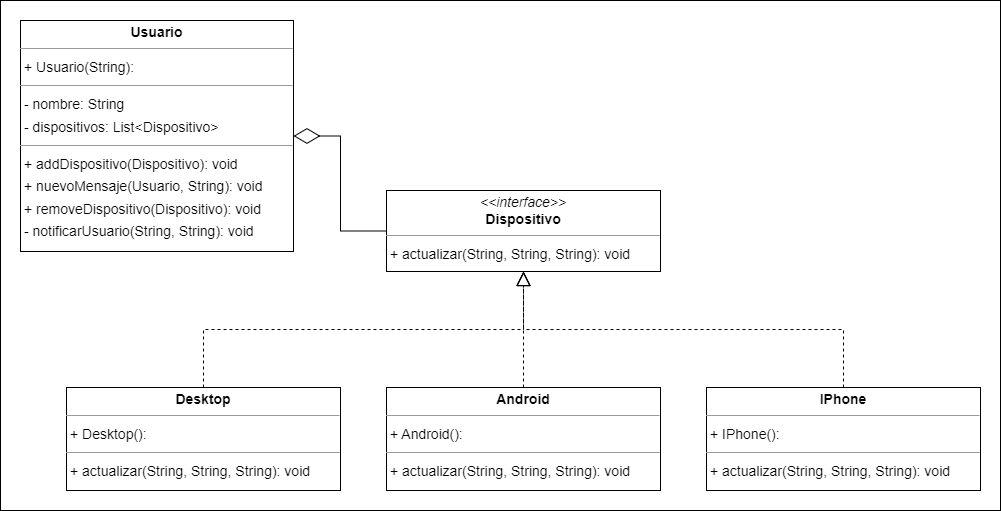
Earlier version of the draw.io export src/solucion2/solucion2.drawio.png (pipe1408/ArquiSoftware-Patrones). Source tidied: cells renumbered, new cells last; positions are measured from the earlier drawing's top-left corner, leaving out a move shared by most shapes.
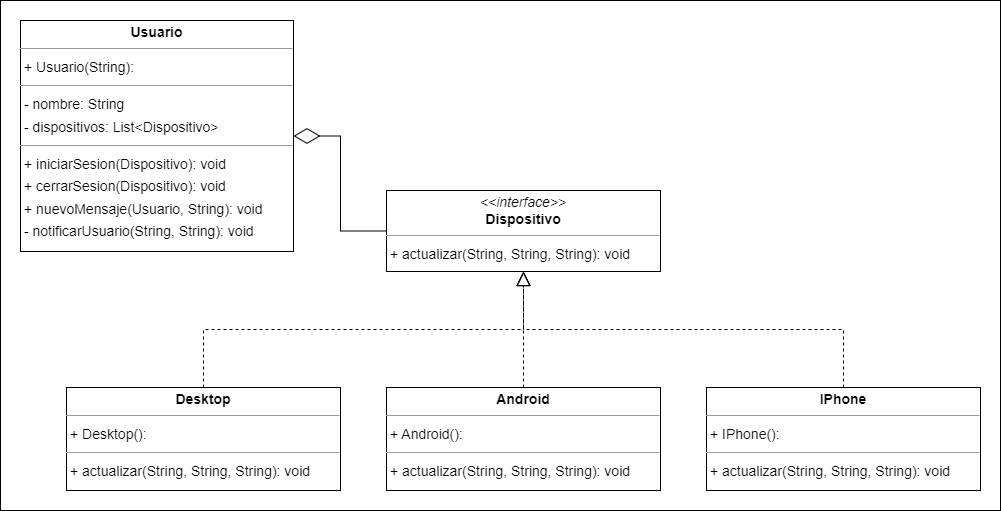
Above is the later version.

Diff of the diagram source:
```diff
@@ -17,7 +17,7 @@
     <mxCell id="6" value="&lt;p style=&quot;margin:0px;margin-top:4px;text-align:center;&quot;&gt;&lt;b&gt;IPhone&lt;/b&gt;&lt;/p&gt;&lt;hr size=&quot;1&quot;/&gt;&lt;p style=&quot;margin:0 0 0 4px;line-height:1.6;&quot;&gt;+ IPhone(): &lt;/p&gt;&lt;hr size=&quot;1&quot;/&gt;&lt;p style=&quot;margin:0 0 0 4px;line-height:1.6;&quot;&gt;+ actualizar(String, String, String): void&lt;/p&gt;" style="verticalAlign=top;align=left;overflow=fill;fontSize=14;fontFamily=Helvetica;html=1;rounded=0;shadow=0;comic=0;labelBackgroundColor=none;strokeWidth=1;" parent="1" vertex="1">
       <mxGeometry x="706" y="387" width="274" height="103" as="geometry" />
     </mxCell>
-    <mxCell id="7" value="&lt;p style=&quot;margin:0px;margin-top:4px;text-align:center;&quot;&gt;&lt;b&gt;Usuario&lt;/b&gt;&lt;/p&gt;&lt;hr size=&quot;1&quot;/&gt;&lt;p style=&quot;margin:0 0 0 4px;line-height:1.6;&quot;&gt;+ Usuario(String): &lt;/p&gt;&lt;hr size=&quot;1&quot;/&gt;&lt;p style=&quot;margin:0 0 0 4px;line-height:1.6;&quot;&gt;- nombre: String&lt;br/&gt;- dispositivos: List&amp;lt;Dispositivo&amp;gt;&lt;/p&gt;&lt;hr size=&quot;1&quot;/&gt;&lt;p style=&quot;margin:0 0 0 4px;line-height:1.6;&quot;&gt;+ addDispositivo(Dispositivo): void&lt;br/&gt;+ nuevoMensaje(Usuario, String): void&lt;br/&gt;+ removeDispositivo(Dispositivo): void&lt;br/&gt;- notificarUsuario(String, String): void&lt;/p&gt;" style="verticalAlign=top;align=left;overflow=fill;fontSize=14;fontFamily=Helvetica;html=1;rounded=0;shadow=0;comic=0;labelBackgroundColor=none;strokeWidth=1;" parent="1" vertex="1">
+    <mxCell id="7" value="&lt;p style=&quot;margin:0px;margin-top:4px;text-align:center;&quot;&gt;&lt;b&gt;Usuario&lt;/b&gt;&lt;/p&gt;&lt;hr size=&quot;1&quot;&gt;&lt;p style=&quot;margin:0 0 0 4px;line-height:1.6;&quot;&gt;+ Usuario(String): &lt;/p&gt;&lt;hr size=&quot;1&quot;&gt;&lt;p style=&quot;margin:0 0 0 4px;line-height:1.6;&quot;&gt;- nombre: String&lt;br&gt;- dispositivos: List&amp;lt;Dispositivo&amp;gt;&lt;/p&gt;&lt;hr size=&quot;1&quot;&gt;&lt;p style=&quot;margin:0 0 0 4px;line-height:1.6;&quot;&gt;+ iniciarSesion(Dispositivo): void&lt;/p&gt;&lt;p style=&quot;margin:0 0 0 4px;line-height:1.6;&quot;&gt;+ cerrarSesion(Dispositivo): void&lt;br&gt;+ nuevoMensaje(Usuario, String): void&lt;br&gt;- notificarUsuario(String, String): void&lt;/p&gt;" style="verticalAlign=top;align=left;overflow=fill;fontSize=14;fontFamily=Helvetica;html=1;rounded=0;shadow=0;comic=0;labelBackgroundColor=none;strokeWidth=1;" parent="1" vertex="1">
       <mxGeometry x="20" y="20" width="273" height="231" as="geometry" />
     </mxCell>
     <mxCell id="8" style="endArrow=block;dashed=1;endFill=0;endSize=12;html=1;rounded=0;edgeStyle=elbowEdgeStyle;elbow=vertical;" parent="1" edge="1" source="4" target="5">
```
